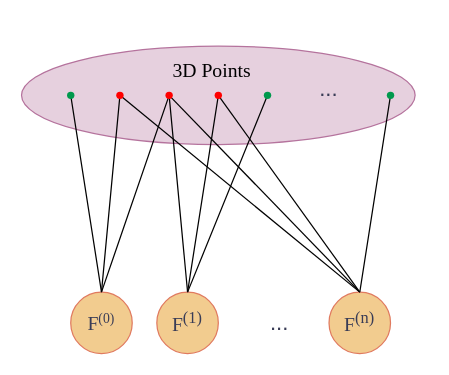
Above: 3d_points.drawio in Abigail248/endoscope_orb_slan3 (draw.io), before the change. Source tidied: cells renumbered, new cells numbered last; positions are measured from the earlier drawing's top-left corner, leaving out a move shared by most shapes. Both pictures are drawn from the tidied source at 123%, with x=0, y=0 at pixel (21, 46).
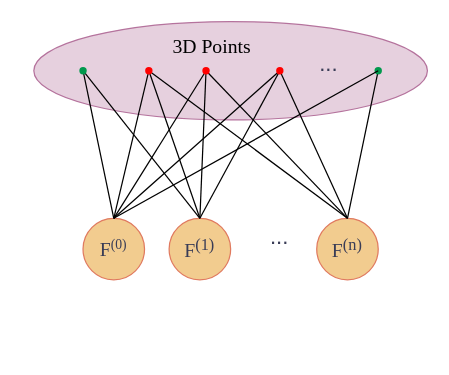
After the change.

The edit, as a diff of the source:
```diff
@@
     <mxCell id="2" style="ellipse;whiteSpace=wrap;html=1;strokeColor=#B5739D;fontColor=#393C56;fillColor=#E6D0DE;" parent="1" vertex="1">
-      <mxGeometry width="320" height="80" as="geometry" />
+      <mxGeometry x="10" y="-20" width="320" height="80" as="geometry" />
     </mxCell>
     <mxCell id="3" value="F&lt;span style=&quot;font-size: 13.3333px;&quot;&gt;&lt;sup&gt;(0)&lt;/sup&gt;&lt;/span&gt;" style="ellipse;whiteSpace=wrap;html=1;fillColor=#F2CC8F;strokeColor=#E07A5F;fontFamily=Times New Roman;fontSize=16;labelBackgroundColor=none;fontColor=#393C56;" parent="1" vertex="1">
-      <mxGeometry x="40" y="200" width="50" height="50" as="geometry" />
+      <mxGeometry x="50" y="140" width="50" height="50" as="geometry" />
     </mxCell>
     <mxCell id="4" value="F&lt;sup&gt;(1)&lt;/sup&gt;" style="ellipse;whiteSpace=wrap;html=1;fillColor=#F2CC8F;strokeColor=#E07A5F;fontFamily=Times New Roman;fontSize=16;labelBackgroundColor=none;fontColor=#393C56;" parent="1" vertex="1">
-      <mxGeometry x="110" y="200" width="50" height="50" as="geometry" />
+      <mxGeometry x="120" y="140" width="50" height="50" as="geometry" />
     </mxCell>
     <mxCell id="5" value="F&lt;sup&gt;(n)&lt;/sup&gt;" style="ellipse;whiteSpace=wrap;html=1;fillColor=#F2CC8F;strokeColor=#E07A5F;fontFamily=Times New Roman;fontSize=16;labelBackgroundColor=none;fontColor=#393C56;" parent="1" vertex="1">
-      <mxGeometry x="250" y="200" width="50" height="50" as="geometry" />
+      <mxGeometry x="240" y="140" width="50" height="50" as="geometry" />
     </mxCell>
     <mxCell id="6" value="..." style="text;html=1;strokeColor=none;fillColor=none;align=center;verticalAlign=middle;whiteSpace=wrap;rounded=0;fontSize=18;fontStyle=0;labelBackgroundColor=none;fontColor=#393C56;" parent="1" vertex="1">
-      <mxGeometry x="180" y="210" width="60" height="30" as="geometry" />
+      <mxGeometry x="180" y="140" width="60" height="30" as="geometry" />
     </mxCell>
-    <mxCell id="7" style="endArrow=none;html=1;rounded=0;strokeColor=#000000;fontColor=#393C56;fillColor=#F2CC8F;exitX=0.5;exitY=0;exitDx=0;exitDy=0;" parent="1" edge="1" source="5">
-      <mxGeometry relative="1" as="geometry">
-        <mxPoint x="80" y="40" as="targetPoint" />
-      </mxGeometry>
+    <mxCell id="7" style="endArrow=none;html=1;rounded=0;strokeColor=#000000;fontColor=#393C56;fillColor=#F2CC8F;exitX=0.5;exitY=0;exitDx=0;exitDy=0;" parent="1" edge="1" source="4" target="16">
+      <mxGeometry relative="1" as="geometry" />
     </mxCell>
@@
-    <mxCell id="9" style="shape=waypoint;sketch=0;fillStyle=solid;size=6;points=[];fillColor=none;perimeter=centerPerimeter;snapToPoint=1;strokeColor=#00994D;fontColor=#393C56;" parent="1" vertex="1">
-      <mxGeometry x="30" y="30" width="20" height="20" as="geometry" />
-    </mxCell>
@@
-    <mxCell id="11" style="endArrow=none;html=1;rounded=0;strokeColor=#000000;fontColor=#393C56;fillColor=#F2CC8F;entryX=-0.1;entryY=-0.075;entryDx=0;entryDy=0;entryPerimeter=0;exitX=0.5;exitY=0;exitDx=0;exitDy=0;" parent="1" edge="1" source="4" target="22">
-      <mxGeometry relative="1" as="geometry" />
-    </mxCell>
     <mxCell id="12" value="..." style="text;html=1;strokeColor=none;fillColor=none;align=center;verticalAlign=middle;whiteSpace=wrap;rounded=0;fontSize=18;fontStyle=0;labelBackgroundColor=none;fontColor=#393C56;" parent="1" vertex="1">
-      <mxGeometry x="220" y="20" width="60" height="30" as="geometry" />
+      <mxGeometry x="220" width="60" height="30" as="geometry" />
     </mxCell>
@@
-    <mxCell id="14" style="endArrow=none;html=1;rounded=0;strokeColor=#000000;fontColor=#393C56;fillColor=#F2CC8F;exitX=0.5;exitY=0;exitDx=0;exitDy=0;" parent="1" edge="1" source="4">
-      <mxGeometry relative="1" as="geometry">
-        <mxPoint x="160" y="40" as="targetPoint" />
-      </mxGeometry>
+    <mxCell id="14" style="endArrow=none;html=1;rounded=0;strokeColor=#000000;fontColor=#393C56;fillColor=#F2CC8F;exitX=0.5;exitY=0;exitDx=0;exitDy=0;entryX=0.3;entryY=0.725;entryDx=0;entryDy=0;entryPerimeter=0;" parent="1" edge="1" source="3" target="21">
+      <mxGeometry relative="1" as="geometry" />
     </mxCell>
-    <mxCell id="15" style="endArrow=none;html=1;rounded=0;strokeColor=#000000;fontColor=#393C56;fillColor=#F2CC8F;exitX=0.5;exitY=0;exitDx=0;exitDy=0;" parent="1" edge="1" source="4" target="18">
-      <mxGeometry relative="1" as="geometry" />
-    </mxCell>
-    <mxCell id="16" style="shape=waypoint;sketch=0;fillStyle=solid;size=6;points=[];fillColor=none;perimeter=centerPerimeter;snapToPoint=1;strokeColor=#FF0000;fontColor=#393C56;" parent="1" vertex="1">
-      <mxGeometry x="70" y="30" width="20" height="20" as="geometry" />
-    </mxCell>
-    <mxCell id="17" style="endArrow=none;html=1;rounded=0;strokeColor=#000000;fontColor=#393C56;fillColor=#F2CC8F;exitX=0.5;exitY=0;exitDx=0;exitDy=0;" parent="1" edge="1" source="5">
-      <mxGeometry relative="1" as="geometry">
-        <mxPoint x="120" y="40" as="targetPoint" />
-      </mxGeometry>
+    <mxCell id="17" style="endArrow=none;html=1;rounded=0;strokeColor=#000000;fontColor=#393C56;fillColor=#F2CC8F;exitX=0.5;exitY=0;exitDx=0;exitDy=0;" parent="1" edge="1" source="5" target="22">
+      <mxGeometry relative="1" as="geometry" />
     </mxCell>
-    <mxCell id="18" style="shape=waypoint;sketch=0;fillStyle=solid;size=6;points=[];fillColor=none;perimeter=centerPerimeter;snapToPoint=1;strokeColor=#00994D;fontColor=#393C56;" parent="1" vertex="1">
-      <mxGeometry x="190" y="30" width="20" height="20" as="geometry" />
-    </mxCell>
@@
-    <mxCell id="21" style="shape=waypoint;sketch=0;fillStyle=solid;size=6;points=[];fillColor=none;perimeter=centerPerimeter;snapToPoint=1;strokeColor=#FF0000;fontColor=#393C56;" parent="1" vertex="1">
-      <mxGeometry x="150" y="30" width="20" height="20" as="geometry" />
-    </mxCell>
-    <mxCell id="22" style="shape=waypoint;sketch=0;fillStyle=solid;size=6;points=[];fillColor=none;perimeter=centerPerimeter;snapToPoint=1;strokeColor=#FF0000;fontColor=#393C56;" parent="1" vertex="1">
-      <mxGeometry x="110" y="30" width="20" height="20" as="geometry" />
-    </mxCell>
     <mxCell id="23" style="shape=waypoint;sketch=0;fillStyle=solid;size=6;points=[];fillColor=none;perimeter=centerPerimeter;snapToPoint=1;strokeColor=#00994D;fontColor=#393C56;" parent="1" vertex="1">
-      <mxGeometry x="290" y="30" width="20" height="20" as="geometry" />
+      <mxGeometry x="280" y="10" width="20" height="20" as="geometry" />
     </mxCell>
     <mxCell id="24" value="3D Points" style="text;html=1;strokeColor=none;fillColor=none;align=center;verticalAlign=middle;whiteSpace=wrap;rounded=0;fontColor=#000000;fontSize=16;fontFamily=Times New Roman;" parent="1" vertex="1">
-      <mxGeometry x="100" y="10" width="110" height="20" as="geometry" />
+      <mxGeometry x="100" y="-10" width="110" height="20" as="geometry" />
     </mxCell>
+    <mxCell id="25" style="endArrow=none;html=1;rounded=0;strokeColor=#000000;fontColor=#393C56;fillColor=#F2CC8F;exitX=0.5;exitY=0;exitDx=0;exitDy=0;" parent="1" edge="1" source="4">
+      <mxGeometry relative="1" as="geometry">
+        <mxPoint x="50" y="20" as="targetPoint" />
+      </mxGeometry>
+    </mxCell>
+    <mxCell id="26" style="endArrow=none;html=1;rounded=0;strokeColor=#000000;fontColor=#393C56;fillColor=#F2CC8F;exitX=0.5;exitY=0;exitDx=0;exitDy=0;entryX=0.825;entryY=0.475;entryDx=0;entryDy=0;entryPerimeter=0;" parent="1" edge="1" source="5" target="16">
+      <mxGeometry relative="1" as="geometry" />
+    </mxCell>
+    <mxCell id="27" style="endArrow=none;html=1;rounded=0;strokeColor=#000000;fontColor=#393C56;fillColor=#F2CC8F;exitDx=0;exitDy=0;" parent="1" edge="1" source="22">
+      <mxGeometry relative="1" as="geometry">
+        <mxPoint x="150" y="20" as="targetPoint" />
+      </mxGeometry>
+    </mxCell>
+    <mxCell id="28" style="endArrow=none;html=1;rounded=0;strokeColor=#000000;fontColor=#393C56;fillColor=#F2CC8F;exitX=0.5;exitY=0;exitDx=0;exitDy=0;entryX=0.2;entryY=0.625;entryDx=0;entryDy=0;entryPerimeter=0;" parent="1" edge="1" source="4" target="21">
+      <mxGeometry relative="1" as="geometry" />
+    </mxCell>
+    <mxCell id="11" style="endArrow=none;html=1;rounded=0;strokeColor=#000000;fontColor=#393C56;fillColor=#F2CC8F;exitX=0.5;exitY=0;exitDx=0;exitDy=0;" parent="1" edge="1" source="4" target="22">
+      <mxGeometry relative="1" as="geometry" />
+    </mxCell>
+    <mxCell id="22" style="shape=waypoint;sketch=0;fillStyle=solid;size=6;points=[];fillColor=none;perimeter=centerPerimeter;snapToPoint=1;strokeColor=#FF0000;fontColor=#393C56;" parent="1" vertex="1">
+      <mxGeometry x="140" y="10" width="20" height="20" as="geometry" />
+    </mxCell>
+    <mxCell id="16" style="shape=waypoint;sketch=0;fillStyle=solid;size=6;points=[];fillColor=none;perimeter=centerPerimeter;snapToPoint=1;strokeColor=#FF0000;fontColor=#393C56;" parent="1" vertex="1">
+      <mxGeometry x="93.5" y="10" width="20" height="20" as="geometry" />
+    </mxCell>
+    <mxCell id="9" style="shape=waypoint;sketch=0;fillStyle=solid;size=6;points=[];fillColor=none;perimeter=centerPerimeter;snapToPoint=1;strokeColor=#00994D;fontColor=#393C56;" parent="1" vertex="1">
+      <mxGeometry x="40" y="10" width="20" height="20" as="geometry" />
+    </mxCell>
+    <mxCell id="21" style="shape=waypoint;sketch=0;fillStyle=solid;size=6;points=[];fillColor=none;perimeter=centerPerimeter;snapToPoint=1;strokeColor=#FF0000;fontColor=#393C56;" parent="1" vertex="1">
+      <mxGeometry x="200" y="10" width="20" height="20" as="geometry" />
+    </mxCell>
+    <mxCell id="29" style="endArrow=none;html=1;rounded=0;strokeColor=#000000;fontColor=#393C56;fillColor=#F2CC8F;entryX=0.7;entryY=1.025;entryDx=0;entryDy=0;entryPerimeter=0;exitX=0.5;exitY=0;exitDx=0;exitDy=0;" parent="1" edge="1" source="3" target="23">
+      <mxGeometry relative="1" as="geometry" />
+    </mxCell>
```
